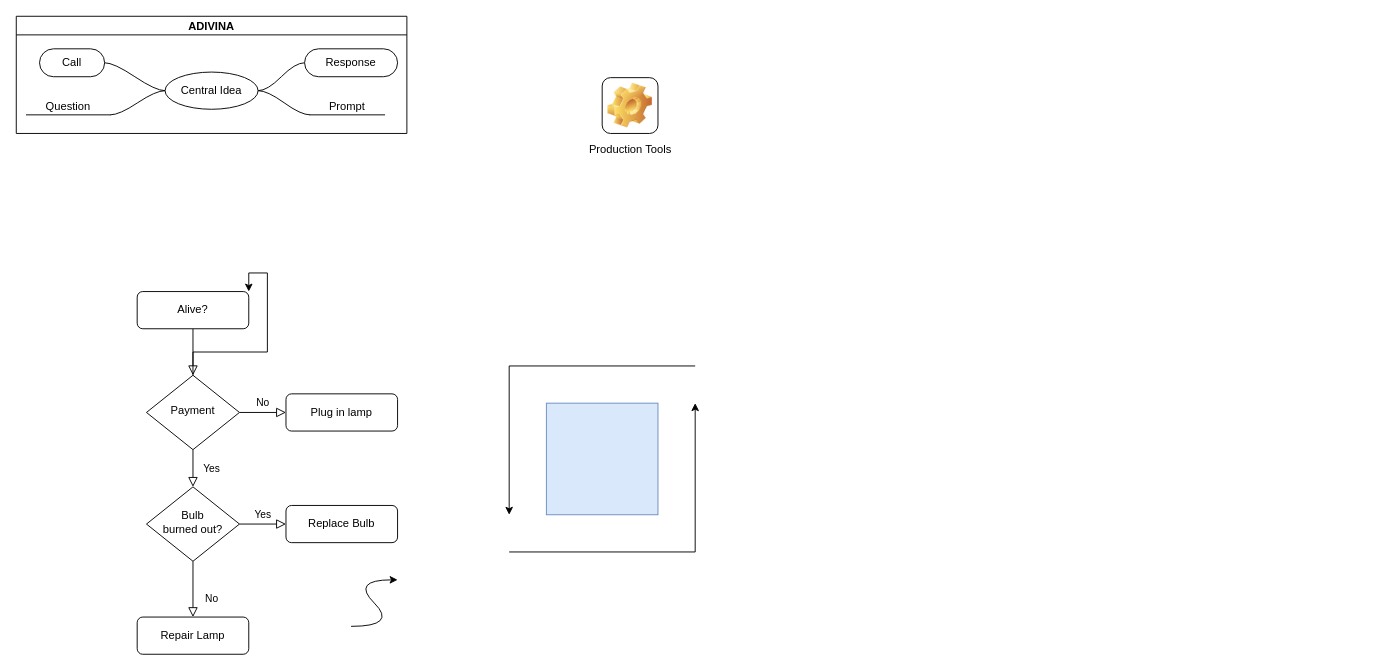
Earlier version of the draw.io diagram Untitled Diagram.drawio (Antonio-Parada/anton.io). Source tidied: cells renumbered, new cells numbered last; positions are measured from the earlier drawing's top-left corner, leaving out a move shared by most shapes. Both pictures are drawn from the tidied source at 93%, with x=0, y=0 at pixel (16, 16).
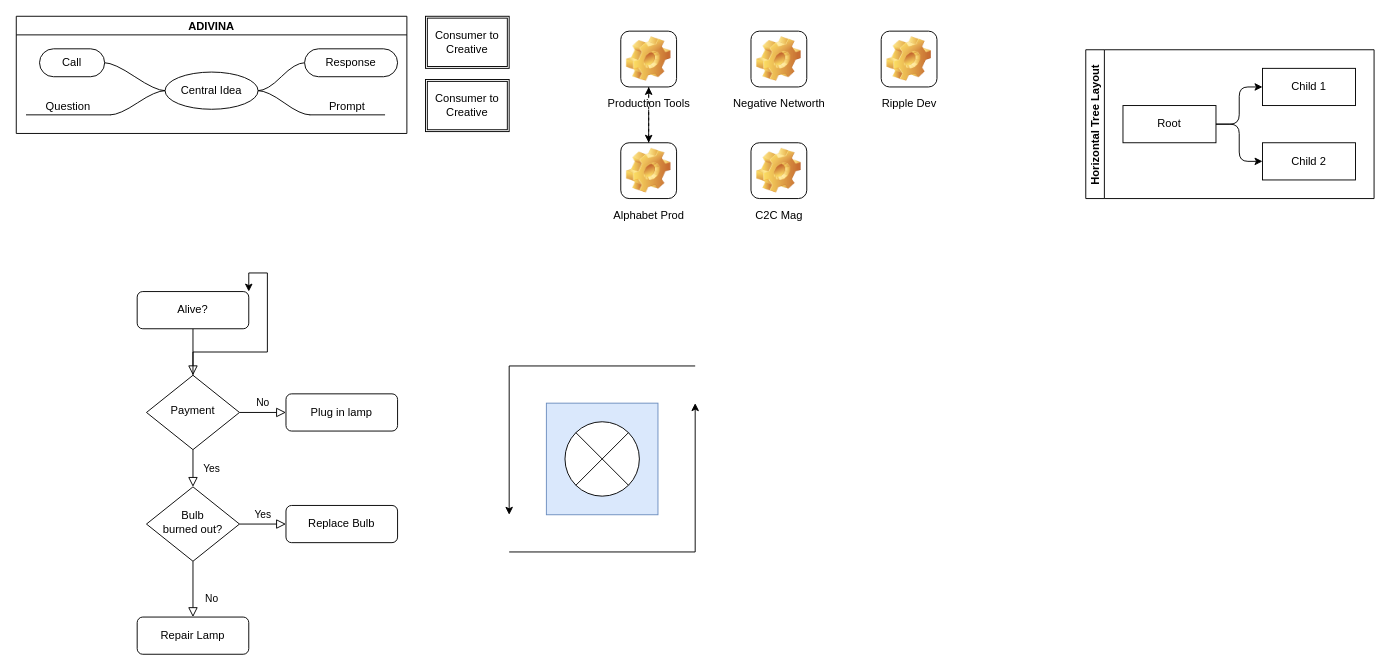
Above is the later version.

Diff of the diagram source:
```diff
@@
-    <mxCell id="19" style="curved=1;endArrow=classic;html=1;rounded=0;" parent="1" edge="1">
-      <mxGeometry relative="1" as="geometry">
-        <mxPoint x="360" y="656" as="sourcePoint" />
-        <mxPoint x="410" y="606" as="targetPoint" />
-        <Array as="points">
-          <mxPoint x="410" y="656" />
-          <mxPoint x="360" y="606" />
-        </Array>
-      </mxGeometry>
-    </mxCell>
@@
+    <mxCell id="31" style="edgeStyle=orthogonalEdgeStyle;rounded=0;jettySize=auto;html=1;" parent="1" edge="1" source="30" target="36">
+      <mxGeometry relative="1" as="geometry" />
+    </mxCell>
     <mxCell id="30" value="Production Tools" style="icon;html=1;image=img/clipart/Gear_128x128.png;" parent="1" vertex="1">
-      <mxGeometry x="630" y="66" width="60" height="60" as="geometry" />
+      <mxGeometry x="650" y="16" width="60" height="60" as="geometry" />
     </mxCell>
+    <mxCell id="32" value="Consumer to Creative" style="shape=ext;double=1;rounded=0;whiteSpace=wrap;html=1;" parent="1" vertex="1">
+      <mxGeometry x="440" width="90" height="56" as="geometry" />
+    </mxCell>
+    <mxCell id="33" value="Consumer to Creative" style="shape=ext;double=1;rounded=0;whiteSpace=wrap;html=1;" parent="1" vertex="1">
+      <mxGeometry x="440" y="68" width="90" height="56" as="geometry" />
+    </mxCell>
+    <mxCell id="34" value="Negative Networth" style="icon;html=1;image=img/clipart/Gear_128x128.png;" parent="1" vertex="1">
+      <mxGeometry x="790" y="16" width="60" height="60" as="geometry" />
+    </mxCell>
+    <mxCell id="35" style="edgeStyle=orthogonalEdgeStyle;rounded=0;jettySize=auto;html=1;dashed=1;" parent="1" edge="1" source="36" target="30">
+      <mxGeometry relative="1" as="geometry" />
+    </mxCell>
+    <mxCell id="36" value="Alphabet Prod&lt;br&gt;" style="icon;html=1;image=img/clipart/Gear_128x128.png;" parent="1" vertex="1">
+      <mxGeometry x="650" y="136" width="60" height="60" as="geometry" />
+    </mxCell>
+    <mxCell id="37" value="C2C Mag" style="icon;html=1;image=img/clipart/Gear_128x128.png;" parent="1" vertex="1">
+      <mxGeometry x="790" y="136" width="60" height="60" as="geometry" />
+    </mxCell>
+    <mxCell id="38" value="Ripple Dev" style="icon;html=1;image=img/clipart/Gear_128x128.png;" parent="1" vertex="1">
+      <mxGeometry x="930" y="16" width="60" height="60" as="geometry" />
+    </mxCell>
+    <mxCell id="39" style="shape=sumEllipse;perimeter=ellipsePerimeter;whiteSpace=wrap;html=1;backgroundOutline=1;" parent="1" vertex="1">
+      <mxGeometry x="590" y="436" width="80" height="80" as="geometry" />
+    </mxCell>
+    <mxCell id="40" value="Horizontal Tree Layout" style="swimlane;startSize=20;horizontal=0;horizontalTree=1;containerType=tree;fontSize=12;" parent="1" vertex="1">
+      <mxGeometry x="1150" y="36" width="310" height="160" as="geometry" />
+    </mxCell>
+    <mxCell id="41" value="Root" style="whiteSpace=wrap;html=1;" parent="40" vertex="1">
+      <mxGeometry x="40" y="60" width="100" height="40" as="geometry" />
+    </mxCell>
+    <mxCell id="42" value="Child 1" style="whiteSpace=wrap;html=1;" parent="40" vertex="1">
+      <mxGeometry x="190" y="20" width="100" height="40" as="geometry" />
+    </mxCell>
+    <mxCell id="43" style="edgeStyle=elbowEdgeStyle;elbow=horizontal;html=1;rounded=1;curved=0;sourcePerimeterSpacing=0;targetPerimeterSpacing=0;startSize=6;endSize=6;" parent="40" edge="1" source="41" target="42">
+      <mxGeometry relative="1" as="geometry" />
+    </mxCell>
+    <mxCell id="44" value="Child 2" style="whiteSpace=wrap;html=1;" parent="40" vertex="1">
+      <mxGeometry x="190" y="100" width="100" height="40" as="geometry" />
+    </mxCell>
+    <mxCell id="45" style="edgeStyle=elbowEdgeStyle;elbow=horizontal;html=1;rounded=1;curved=0;sourcePerimeterSpacing=0;targetPerimeterSpacing=0;startSize=6;endSize=6;" parent="40" edge="1" source="41" target="44">
+      <mxGeometry relative="1" as="geometry" />
+    </mxCell>
```
